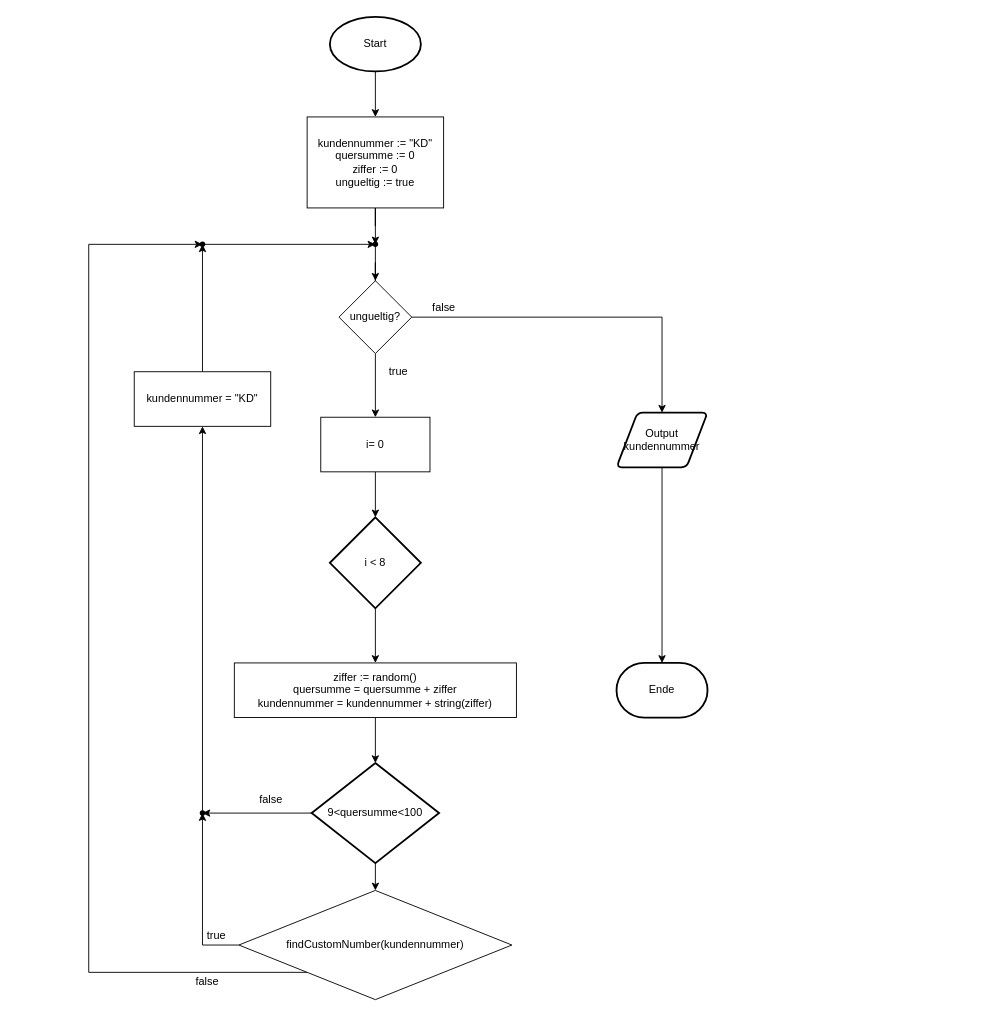
The draw.io diagram Kundennummer/PAP kundennummer.drawio in MuellerMoritz/LF5, before the edit. Source tidied: cells renumbered, new cells numbered last; positions are measured from the earlier drawing's top-left corner, leaving out a move shared by most shapes. Both pictures are drawn from the tidied source at 91%, with x=0, y=0 at pixel (88, 16).
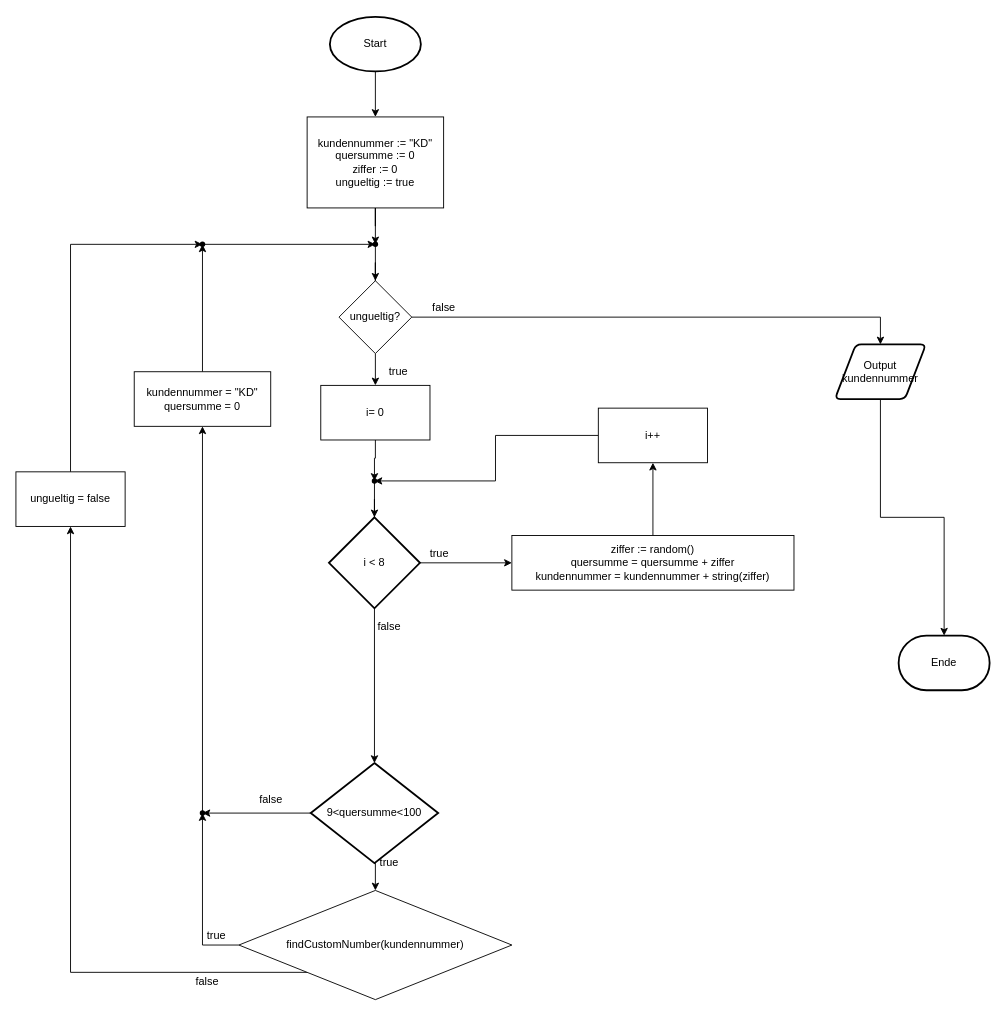
The same diagram, later.

Unchanged cells that the change refers to:
```xml
<mxCell id="26" value="findCustomNumber(kundennummer)" style="rhombus;whiteSpace=wrap;html=1;" parent="1" vertex="1">
  <mxGeometry x="165" y="960" width="300" height="120" as="geometry" />
</mxCell>
<mxCell id="35" style="shape=waypoint;sketch=0;size=6;points=[];fillColor=none;perimeter=centerPerimeter;snapToPoint=1;" parent="1" vertex="1">
  <mxGeometry x="105" y="230" width="40" height="40" as="geometry" />
</mxCell>
```

Diff of the diagram source:
```diff
@@
-    <mxCell id="9" style="edgeStyle=orthogonalEdgeStyle;rounded=0;jettySize=auto;html=1;exitX=0.5;exitY=1;exitDx=0;exitDy=0;entryX=0.5;entryY=0;entryDx=0;entryDy=0;entryPerimeter=0;" parent="1" edge="1" source="10" target="14">
-      <mxGeometry relative="1" as="geometry" />
-    </mxCell>
+    <mxCell id="37" style="edgeStyle=orthogonalEdgeStyle;rounded=0;jettySize=auto;html=1;" parent="1" edge="1" source="10" target="45">
+      <mxGeometry relative="1" as="geometry" />
+    </mxCell>
     <mxCell id="10" value="i= 0" style="whiteSpace=wrap;html=1;" parent="1" vertex="1">
-      <mxGeometry x="255" y="440" width="120" height="60" as="geometry" />
+      <mxGeometry x="255" y="405" width="120" height="60" as="geometry" />
     </mxCell>
@@
-    <mxCell id="13" style="edgeStyle=orthogonalEdgeStyle;rounded=0;jettySize=auto;html=1;exitX=0.5;exitY=1;exitDx=0;exitDy=0;exitPerimeter=0;entryX=0.5;entryY=0;entryDx=0;entryDy=0;" parent="1" edge="1" source="14" target="16">
+    <mxCell id="13" style="edgeStyle=orthogonalEdgeStyle;rounded=0;jettySize=auto;html=1;entryX=0;entryY=0.5;entryDx=0;entryDy=0;" parent="1" edge="1" source="14" target="16">
       <mxGeometry relative="1" as="geometry" />
     </mxCell>
+    <mxCell id="38" style="edgeStyle=orthogonalEdgeStyle;rounded=0;jettySize=auto;html=1;" parent="1" edge="1" source="14" target="22">
+      <mxGeometry relative="1" as="geometry" />
+    </mxCell>
     <mxCell id="14" value="i &amp;lt; 8" style="strokeWidth=2;html=1;shape=mxgraph.flowchart.decision;whiteSpace=wrap;" parent="1" vertex="1">
-      <mxGeometry x="265" y="550" width="100" height="100" as="geometry" />
+      <mxGeometry x="264" y="550" width="100" height="100" as="geometry" />
     </mxCell>
-    <mxCell id="15" style="edgeStyle=orthogonalEdgeStyle;rounded=0;jettySize=auto;html=1;exitX=0.5;exitY=1;exitDx=0;exitDy=0;entryX=0.5;entryY=0;entryDx=0;entryDy=0;entryPerimeter=0;" parent="1" edge="1" source="16" target="22">
-      <mxGeometry relative="1" as="geometry" />
-    </mxCell>
+    <mxCell id="39" style="edgeStyle=orthogonalEdgeStyle;rounded=0;jettySize=auto;html=1;entryX=0.5;entryY=1;entryDx=0;entryDy=0;" parent="1" edge="1" source="16" target="43">
+      <mxGeometry relative="1" as="geometry" />
+    </mxCell>
     <mxCell id="16" value="&lt;div&gt;ziffer := random()&lt;/div&gt;&lt;div&gt;quersumme = quersumme + ziffer&lt;/div&gt;&lt;div&gt;kundennummer = kundennummer + string(ziffer)&lt;/div&gt;" style="rounded=0;whiteSpace=wrap;html=1;" parent="1" vertex="1">
-      <mxGeometry x="160" y="710" width="310" height="60" as="geometry" />
+      <mxGeometry x="465" y="570" width="310" height="60" as="geometry" />
     </mxCell>
     <mxCell id="17" value="Ende" style="strokeWidth=2;html=1;shape=mxgraph.flowchart.terminator;whiteSpace=wrap;" parent="1" vertex="1">
-      <mxGeometry x="580" y="710" width="100" height="60" as="geometry" />
+      <mxGeometry x="890" y="680" width="100" height="60" as="geometry" />
     </mxCell>
@@
     <mxCell id="19" value="Output kundennummer" style="shape=parallelogram;html=1;strokeWidth=2;perimeter=parallelogramPerimeter;whiteSpace=wrap;rounded=1;arcSize=12;size=0.23;" parent="1" vertex="1">
-      <mxGeometry x="580" y="435" width="100" height="60" as="geometry" />
+      <mxGeometry x="820" y="360" width="100" height="60" as="geometry" />
     </mxCell>
@@
     <mxCell id="22" value="9&amp;lt;quersumme&amp;lt;100" style="strokeWidth=2;html=1;shape=mxgraph.flowchart.decision;whiteSpace=wrap;" parent="1" vertex="1">
-      <mxGeometry x="245" y="820" width="140" height="110" as="geometry" />
+      <mxGeometry x="244" y="820" width="140" height="110" as="geometry" />
     </mxCell>
@@
-    <mxCell id="25" style="edgeStyle=orthogonalEdgeStyle;rounded=0;jettySize=auto;html=1;" parent="1" edge="1" source="26" target="35">
-      <mxGeometry relative="1" as="geometry">
-        <Array as="points">
-          <mxPoint y="1050" />
-          <mxPoint y="250" />
-        </Array>
-      </mxGeometry>
-    </mxCell>
+    <mxCell id="40" style="edgeStyle=orthogonalEdgeStyle;rounded=0;jettySize=auto;html=1;entryX=0.5;entryY=1;entryDx=0;entryDy=0;" parent="1" edge="1" source="26" target="49">
+      <mxGeometry relative="1" as="geometry">
+        <Array as="points">
+          <mxPoint x="-20" y="1050" />
+        </Array>
+      </mxGeometry>
+    </mxCell>
@@
-    <mxCell id="30" value="kundennummer = &quot;KD&quot;" style="rounded=0;whiteSpace=wrap;html=1;" parent="1" vertex="1">
+    <mxCell id="30" value="kundennummer = &quot;KD&quot;&lt;br&gt;quersumme = 0" style="rounded=0;whiteSpace=wrap;html=1;" parent="1" vertex="1">
       <mxGeometry x="50" y="390" width="150" height="60" as="geometry" />
     </mxCell>
@@
+    <mxCell id="41" value="true" style="text;html=1;align=center;verticalAlign=middle;strokeColor=none;fillColor=none;" parent="1" vertex="1">
+      <mxGeometry x="365" y="580" width="40" height="20" as="geometry" />
+    </mxCell>
+    <mxCell id="42" style="edgeStyle=orthogonalEdgeStyle;rounded=0;jettySize=auto;html=1;entryX=0.625;entryY=0.488;entryDx=0;entryDy=0;entryPerimeter=0;" parent="1" edge="1" source="43" target="45">
+      <mxGeometry relative="1" as="geometry" />
+    </mxCell>
+    <mxCell id="43" value="i++" style="whiteSpace=wrap;html=1;" parent="1" vertex="1">
+      <mxGeometry x="560" y="430" width="120" height="60" as="geometry" />
+    </mxCell>
+    <mxCell id="44" style="edgeStyle=orthogonalEdgeStyle;rounded=0;jettySize=auto;html=1;" parent="1" edge="1" source="45" target="14">
+      <mxGeometry relative="1" as="geometry" />
+    </mxCell>
+    <mxCell id="45" style="shape=waypoint;sketch=0;size=6;points=[];fillColor=none;perimeter=centerPerimeter;snapToPoint=1;" parent="1" vertex="1">
+      <mxGeometry x="294" y="490" width="40" height="40" as="geometry" />
+    </mxCell>
+    <mxCell id="46" value="false" style="text;html=1;align=center;verticalAlign=middle;strokeColor=none;fillColor=none;" parent="1" vertex="1">
+      <mxGeometry x="310" y="660" width="40" height="20" as="geometry" />
+    </mxCell>
+    <mxCell id="47" value="true" style="text;html=1;align=center;verticalAlign=middle;strokeColor=none;fillColor=none;" parent="1" vertex="1">
+      <mxGeometry x="310" y="920" width="40" height="20" as="geometry" />
+    </mxCell>
+    <mxCell id="48" style="edgeStyle=orthogonalEdgeStyle;rounded=0;jettySize=auto;html=1;entryX=0.425;entryY=0.613;entryDx=0;entryDy=0;entryPerimeter=0;" parent="1" edge="1" source="49" target="35">
+      <mxGeometry relative="1" as="geometry">
+        <Array as="points">
+          <mxPoint x="-20" y="250" />
+        </Array>
+      </mxGeometry>
+    </mxCell>
+    <mxCell id="49" value="ungueltig = false" style="whiteSpace=wrap;html=1;" parent="1" vertex="1">
+      <mxGeometry x="-80" y="500" width="120" height="60" as="geometry" />
+    </mxCell>
```
